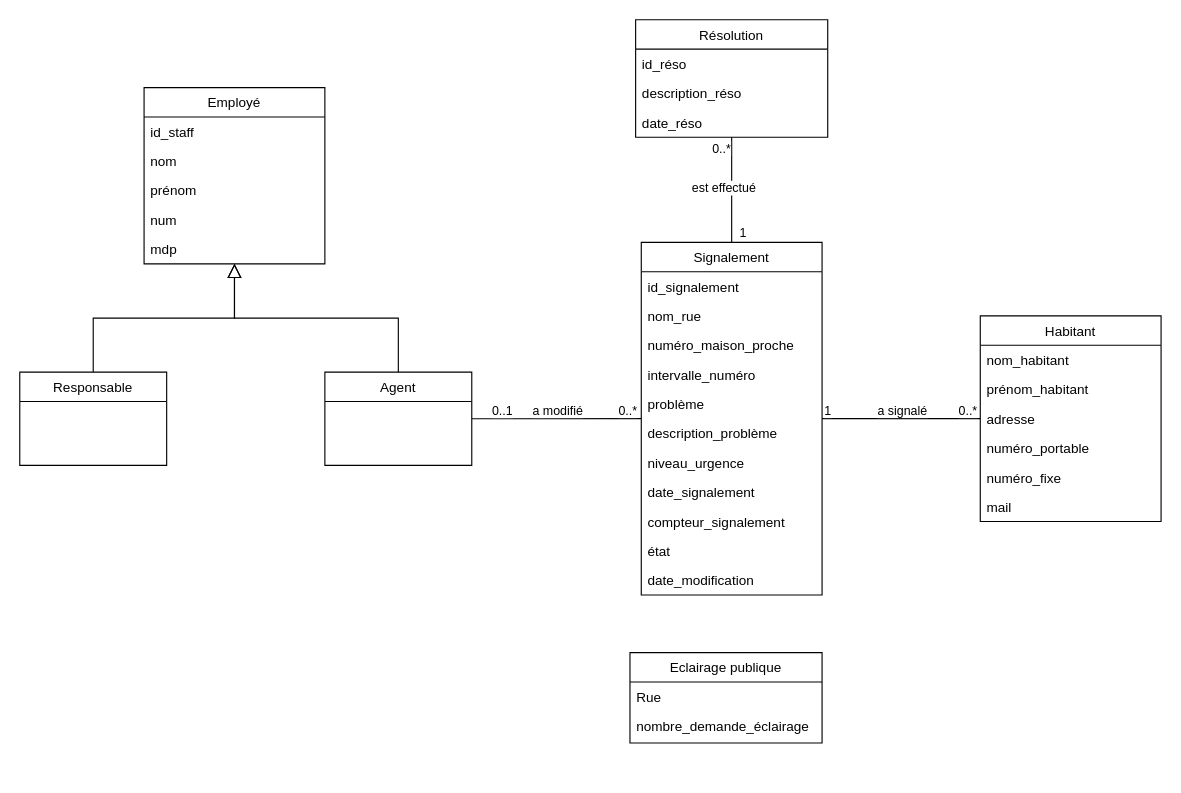
The draw.io diagram projet_v3.drawio in Igniiis/CSI_Projet, before the edit. Source tidied: cells renumbered, new cells numbered last; positions are measured from the earlier drawing's top-left corner, leaving out a move shared by most shapes. Both pictures are drawn from the tidied source at 113%, with x=0, y=0 at pixel (19, 19).
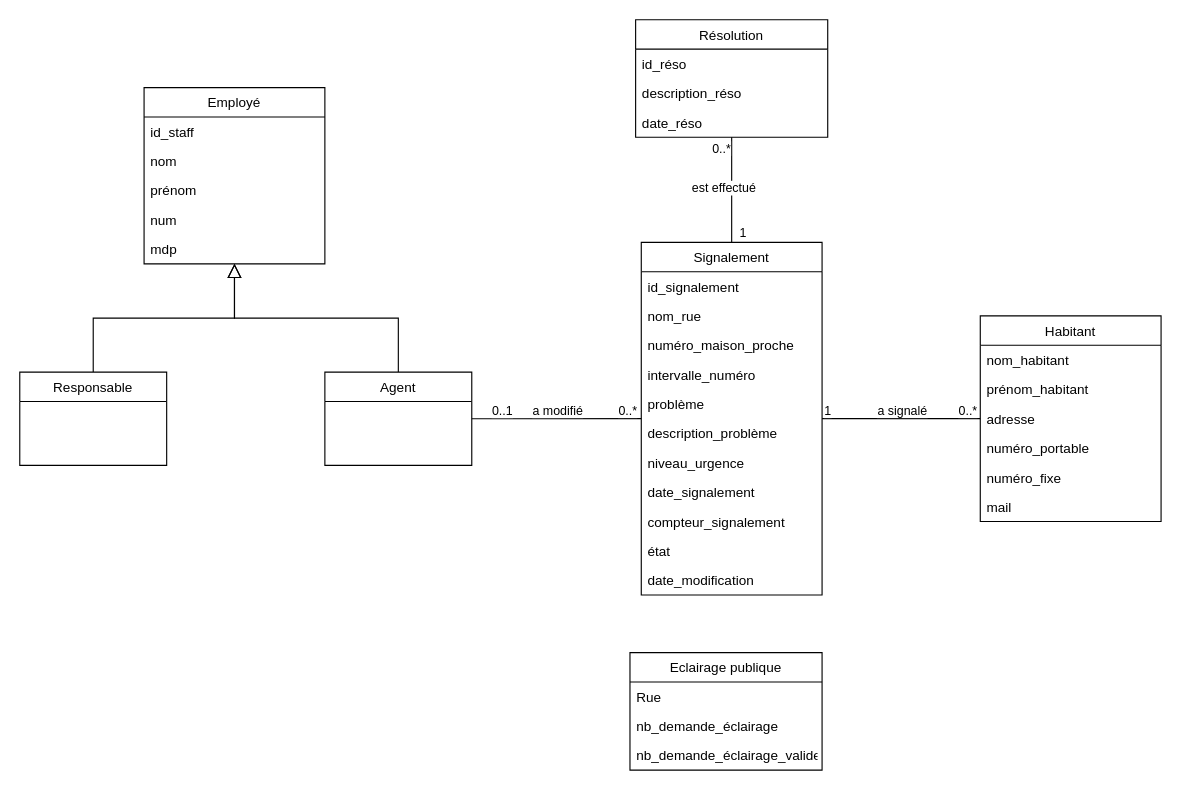
The same page after the edit.

Commit message:
Mettre à jour projet_v3.drawio

What changed in the source:
```diff
@@
     <mxCell id="23" value="Eclairage publique" style="swimlane;fontStyle=0;align=center;verticalAlign=top;horizontal=1;startSize=26;rounded=0;shadow=0;strokeWidth=1;" parent="1" vertex="1">
-      <mxGeometry x="540" y="560" width="170" height="80" as="geometry" />
+      <mxGeometry x="540" y="560" width="170" height="104" as="geometry" />
     </mxCell>
@@
-    <mxCell id="25" value="nombre_demande_éclairage" style="text;align=left;verticalAlign=top;spacingLeft=4;spacingRight=4;overflow=hidden;rounded=0;shadow=0;html=0;" parent="23" vertex="1">
+    <mxCell id="25" value="nb_demande_éclairage" style="text;align=left;verticalAlign=top;spacingLeft=4;spacingRight=4;overflow=hidden;rounded=0;shadow=0;html=0;" parent="23" vertex="1">
       <mxGeometry y="52" width="170" height="26" as="geometry" />
     </mxCell>
+    <mxCell id="50" value="nb_demande_éclairage_valide" style="text;align=left;verticalAlign=top;spacingLeft=4;spacingRight=4;overflow=hidden;rounded=0;shadow=0;html=0;" parent="23" vertex="1">
+      <mxGeometry y="78" width="170" height="26" as="geometry" />
+    </mxCell>
```
